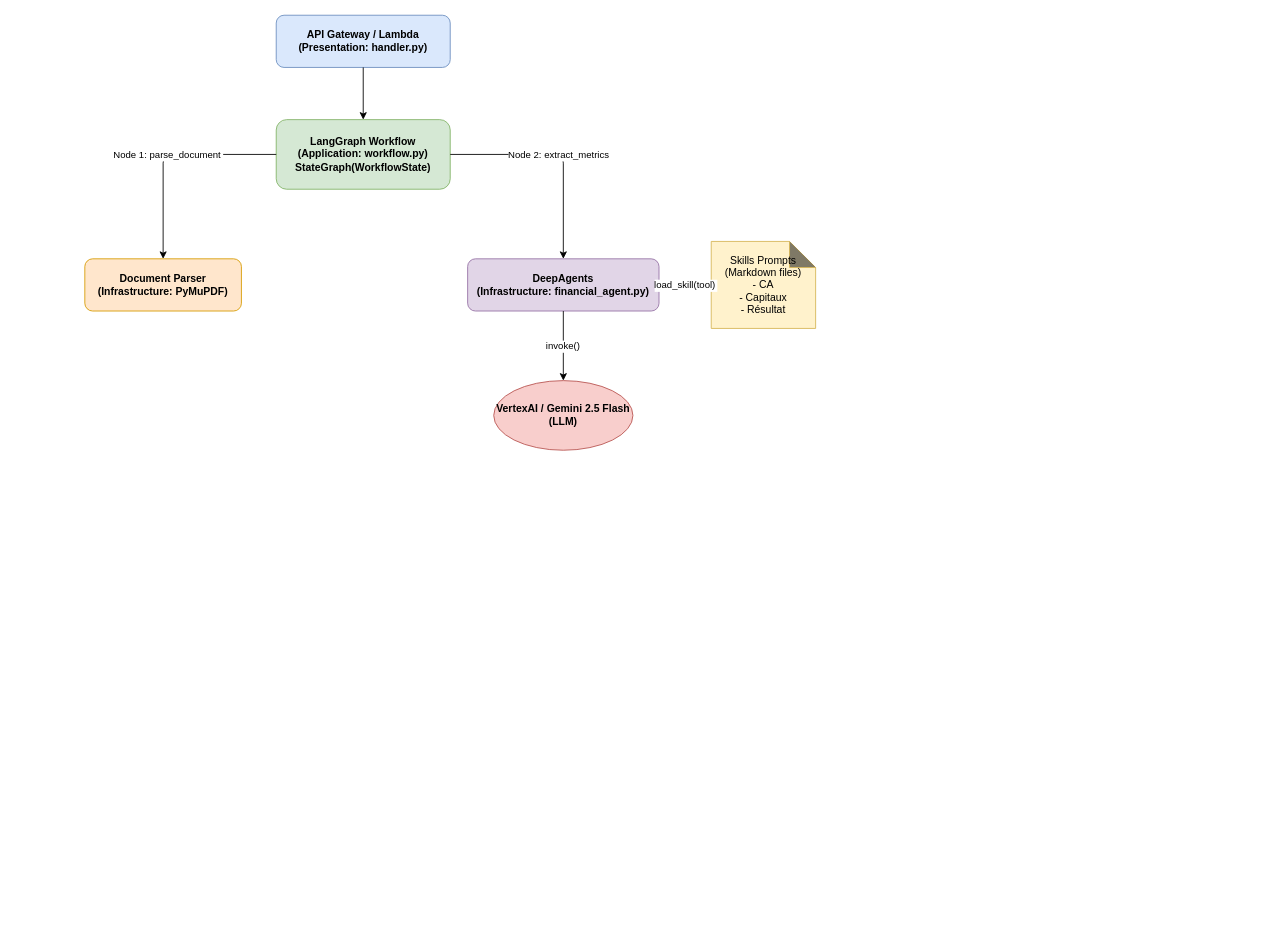
Above: architecture.drawio in Nicolas-Edmond/liasseAnalyzer (draw.io), before the change. Source tidied: cells renumbered, new cells numbered last; positions are measured from the earlier drawing's top-left corner, leaving out a move shared by most shapes. Both pictures are drawn from the tidied source at 87%, with x=0, y=0 at pixel (84, 15).
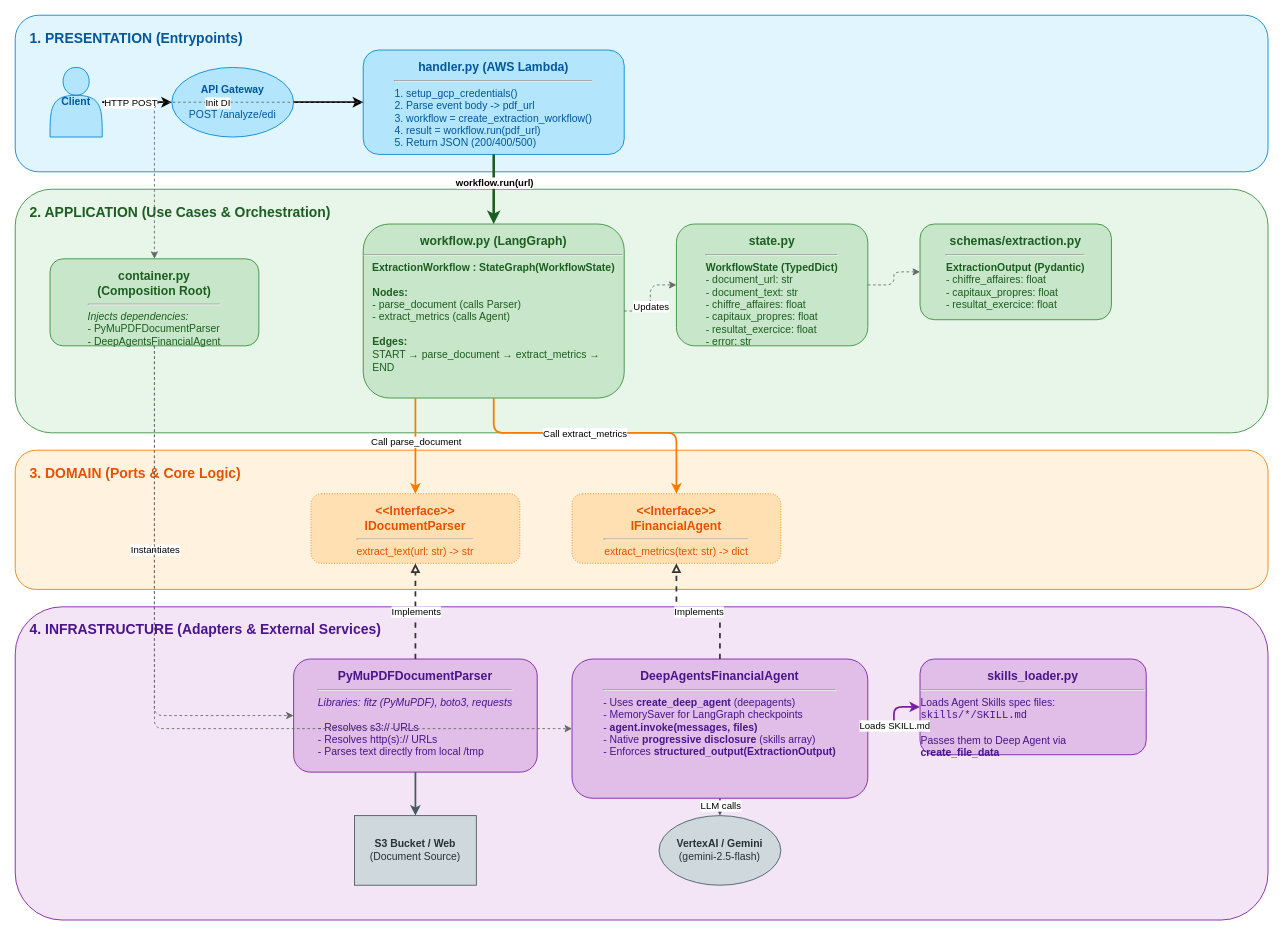
The same page after the edit.

The edit, as a diff of the source:
```diff
@@
-    <mxCell id="2" value="API Gateway / Lambda&#10;(Presentation: handler.py)" style="rounded=1;whiteSpace=wrap;html=1;fillColor=#dae8fc;strokeColor=#6c8ebf;fontStyle=1;" parent="1" vertex="1">
-      <mxGeometry x="220" width="200" height="60" as="geometry" />
-    </mxCell>
-    <mxCell id="3" value="LangGraph Workflow&#10;(Application: workflow.py)&#10;StateGraph(WorkflowState)" style="rounded=1;whiteSpace=wrap;html=1;fillColor=#d5e8d4;strokeColor=#82b366;fontStyle=1;" parent="1" vertex="1">
-      <mxGeometry x="220" y="120" width="200" height="80" as="geometry" />
-    </mxCell>
-    <mxCell id="4" value="Document Parser&#10;(Infrastructure: PyMuPDF)" style="rounded=1;whiteSpace=wrap;html=1;fillColor=#ffe6cc;strokeColor=#d79b00;fontStyle=1;" parent="1" vertex="1">
-      <mxGeometry y="280" width="180" height="60" as="geometry" />
-    </mxCell>
-    <mxCell id="5" value="DeepAgents&#10;(Infrastructure: financial_agent.py)" style="rounded=1;whiteSpace=wrap;html=1;fillColor=#e1d5e7;strokeColor=#9673a6;fontStyle=1;" parent="1" vertex="1">
-      <mxGeometry x="440" y="280" width="220" height="60" as="geometry" />
-    </mxCell>
-    <mxCell id="6" value="Skills Prompts&#10;(Markdown files)&#10;- CA&#10;- Capitaux&#10;- Résultat" style="shape=note;whiteSpace=wrap;html=1;backgroundOutline=1;darkOpacity=0.5;fillColor=#fff2cc;strokeColor=#d6b656;" parent="1" vertex="1">
-      <mxGeometry x="720" y="260" width="120" height="100" as="geometry" />
-    </mxCell>
-    <mxCell id="7" value="VertexAI / Gemini 2.5 Flash&#10;(LLM)" style="ellipse;whiteSpace=wrap;html=1;fillColor=#f8cecc;strokeColor=#b85450;fontStyle=1;" parent="1" vertex="1">
-      <mxGeometry x="470" y="420" width="160" height="80" as="geometry" />
-    </mxCell>
-    <mxCell id="8" parent="1" edge="1" source="2" target="3">
-      <mxGeometry relative="1" as="geometry" />
-    </mxCell>
-    <mxCell id="9" value="Node 1: parse_document" parent="1" edge="1" source="3" target="4">
-      <mxGeometry relative="1" as="geometry">
-        <Array as="points">
-          <mxPoint x="90" y="160" />
-        </Array>
-      </mxGeometry>
-    </mxCell>
-    <mxCell id="10" value="Node 2: extract_metrics" parent="1" edge="1" source="3" target="5">
-      <mxGeometry relative="1" as="geometry">
-        <Array as="points">
-          <mxPoint x="550" y="160" />
-        </Array>
-      </mxGeometry>
-    </mxCell>
-    <mxCell id="11" value="load_skill(tool)" parent="1" edge="1" source="5" target="6">
-      <mxGeometry relative="1" as="geometry" />
-    </mxCell>
-    <mxCell id="12" value="invoke()" parent="1" edge="1" source="5" target="7">
-      <mxGeometry relative="1" as="geometry" />
-    </mxCell>
+    <mxCell id="13" value="&lt;b style=&quot;font-size: 16px;&quot;&gt;1. PRESENTATION (Entrypoints)&lt;/b&gt;" style="rounded=1;whiteSpace=wrap;html=1;fillColor=#E1F5FE;strokeColor=#0288D1;verticalAlign=top;align=left;spacingLeft=15;spacingTop=10;fontColor=#01579B;" parent="1" vertex="1">
+      <mxGeometry x="-80" width="1440" height="180" as="geometry" />
+    </mxCell>
+    <mxCell id="14" value="&lt;b style=&quot;font-size: 16px;&quot;&gt;2. APPLICATION (Use Cases &amp; Orchestration)&lt;/b&gt;" style="rounded=1;whiteSpace=wrap;html=1;fillColor=#E8F5E9;strokeColor=#388E3C;verticalAlign=top;align=left;spacingLeft=15;spacingTop=10;fontColor=#1B5E20;" parent="1" vertex="1">
+      <mxGeometry x="-80" y="200" width="1440" height="280" as="geometry" />
+    </mxCell>
+    <mxCell id="15" value="&lt;b style=&quot;font-size: 16px;&quot;&gt;3. DOMAIN (Ports &amp; Core Logic)&lt;/b&gt;" style="rounded=1;whiteSpace=wrap;html=1;fillColor=#FFF3E0;strokeColor=#F57C00;verticalAlign=top;align=left;spacingLeft=15;spacingTop=10;fontColor=#E65100;" parent="1" vertex="1">
+      <mxGeometry x="-80" y="500" width="1440" height="160" as="geometry" />
+    </mxCell>
+    <mxCell id="16" value="&lt;b style=&quot;font-size: 16px;&quot;&gt;4. INFRASTRUCTURE (Adapters &amp; External Services)&lt;/b&gt;" style="rounded=1;whiteSpace=wrap;html=1;fillColor=#F3E5F5;strokeColor=#7B1FA2;verticalAlign=top;align=left;spacingLeft=15;spacingTop=10;fontColor=#4A148C;" parent="1" vertex="1">
+      <mxGeometry x="-80" y="680" width="1440" height="360" as="geometry" />
+    </mxCell>
+    <mxCell id="17" value="&lt;b&gt;Client&lt;/b&gt;" style="shape=actor;whiteSpace=wrap;html=1;fillColor=#B3E5FC;strokeColor=#0288D1;fontColor=#01579B;" parent="1" vertex="1">
+      <mxGeometry x="-40" y="60" width="60" height="80" as="geometry" />
+    </mxCell>
+    <mxCell id="18" value="&lt;b&gt;API Gateway&lt;/b&gt;&lt;br&gt;&lt;br&gt;POST /analyze/edi" style="ellipse;whiteSpace=wrap;html=1;fillColor=#B3E5FC;strokeColor=#0288D1;fontColor=#01579B;" parent="1" vertex="1">
+      <mxGeometry x="100" y="60" width="140" height="80" as="geometry" />
+    </mxCell>
+    <mxCell id="19" value="&lt;b style=&quot;font-size: 14px;&quot;&gt;handler.py (AWS Lambda)&lt;/b&gt;&lt;hr&gt;&lt;div style=&quot;text-align: left;&quot;&gt;1. setup_gcp_credentials()&lt;br&gt;2. Parse event body -&gt; pdf_url&lt;br&gt;3. workflow = create_extraction_workflow()&lt;br&gt;4. result = workflow.run(pdf_url)&lt;br&gt;5. Return JSON (200/400/500)&lt;/div&gt;" style="rounded=1;whiteSpace=wrap;html=1;fillColor=#B3E5FC;strokeColor=#0288D1;align=center;verticalAlign=top;spacingTop=5;fontColor=#01579B;" parent="1" vertex="1">
+      <mxGeometry x="320" y="40" width="300" height="120" as="geometry" />
+    </mxCell>
+    <mxCell id="20" value="&lt;b style=&quot;font-size: 14px;&quot;&gt;container.py&lt;br&gt;(Composition Root)&lt;/b&gt;&lt;hr&gt;&lt;div style=&quot;text-align: left;&quot;&gt;&lt;i&gt;Injects dependencies:&lt;/i&gt;&lt;br&gt;- PyMuPDFDocumentParser&lt;br&gt;- DeepAgentsFinancialAgent&lt;/div&gt;" style="rounded=1;whiteSpace=wrap;html=1;fillColor=#C8E6C9;strokeColor=#388E3C;align=center;verticalAlign=top;spacingTop=5;fontColor=#1B5E20;" parent="1" vertex="1">
+      <mxGeometry x="-40" y="280" width="240" height="100" as="geometry" />
+    </mxCell>
+    <mxCell id="21" value="&lt;b style=&quot;font-size: 14px;&quot;&gt;workflow.py (LangGraph)&lt;/b&gt;&lt;hr&gt;&lt;b&gt;ExtractionWorkflow : StateGraph(WorkflowState)&lt;/b&gt;&lt;br&gt;&lt;br&gt;&lt;div style=&quot;text-align: left; padding-left: 10px;&quot;&gt;&lt;b&gt;Nodes:&lt;/b&gt;&lt;br&gt;- parse_document (calls Parser)&lt;br&gt;- extract_metrics (calls Agent)&lt;br&gt;&lt;br&gt;&lt;b&gt;Edges:&lt;/b&gt;&lt;br&gt;START &amp;rarr; parse_document &amp;rarr; extract_metrics &amp;rarr; END&lt;/div&gt;" style="rounded=1;whiteSpace=wrap;html=1;fillColor=#C8E6C9;strokeColor=#388E3C;align=center;verticalAlign=top;spacingTop=5;fontColor=#1B5E20;" parent="1" vertex="1">
+      <mxGeometry x="320" y="240" width="300" height="200" as="geometry" />
+    </mxCell>
+    <mxCell id="22" value="&lt;b style=&quot;font-size: 14px;&quot;&gt;state.py&lt;/b&gt;&lt;hr&gt;&lt;div style=&quot;text-align: left;&quot;&gt;&lt;b&gt;WorkflowState (TypedDict)&lt;/b&gt;&lt;br&gt;- document_url: str&lt;br&gt;- document_text: str&lt;br&gt;- chiffre_affaires: float&lt;br&gt;- capitaux_propres: float&lt;br&gt;- resultat_exercice: float&lt;br&gt;- error: str&lt;/div&gt;" style="rounded=1;whiteSpace=wrap;html=1;fillColor=#C8E6C9;strokeColor=#388E3C;align=center;verticalAlign=top;spacingTop=5;fontColor=#1B5E20;" parent="1" vertex="1">
+      <mxGeometry x="680" y="240" width="220" height="140" as="geometry" />
+    </mxCell>
+    <mxCell id="23" value="&lt;b style=&quot;font-size: 14px;&quot;&gt;schemas/extraction.py&lt;/b&gt;&lt;hr&gt;&lt;div style=&quot;text-align: left;&quot;&gt;&lt;b&gt;ExtractionOutput (Pydantic)&lt;/b&gt;&lt;br&gt;- chiffre_affaires: float&lt;br&gt;- capitaux_propres: float&lt;br&gt;- resultat_exercice: float&lt;/div&gt;" style="rounded=1;whiteSpace=wrap;html=1;fillColor=#C8E6C9;strokeColor=#388E3C;align=center;verticalAlign=top;spacingTop=5;fontColor=#1B5E20;" parent="1" vertex="1">
+      <mxGeometry x="960" y="240" width="220" height="110" as="geometry" />
+    </mxCell>
+    <mxCell id="24" value="&lt;b style=&quot;font-size: 14px;&quot;&gt;&amp;lt;&amp;lt;Interface&amp;gt;&amp;gt;&lt;br&gt;IDocumentParser&lt;/b&gt;&lt;hr&gt;extract_text(url: str) -&gt; str" style="rounded=1;whiteSpace=wrap;html=1;fillColor=#FFE0B2;strokeColor=#F57C00;dashed=1;dashPattern=1 2;align=center;verticalAlign=top;spacingTop=5;fontColor=#E65100;" parent="1" vertex="1">
+      <mxGeometry x="260" y="550" width="240" height="80" as="geometry" />
+    </mxCell>
+    <mxCell id="25" value="&lt;b style=&quot;font-size: 14px;&quot;&gt;&amp;lt;&amp;lt;Interface&amp;gt;&amp;gt;&lt;br&gt;IFinancialAgent&lt;/b&gt;&lt;hr&gt;extract_metrics(text: str) -&gt; dict" style="rounded=1;whiteSpace=wrap;html=1;fillColor=#FFE0B2;strokeColor=#F57C00;dashed=1;dashPattern=1 2;align=center;verticalAlign=top;spacingTop=5;fontColor=#E65100;" parent="1" vertex="1">
+      <mxGeometry x="560" y="550" width="240" height="80" as="geometry" />
+    </mxCell>
+    <mxCell id="26" value="&lt;b style=&quot;font-size: 14px;&quot;&gt;PyMuPDFDocumentParser&lt;/b&gt;&lt;hr&gt;&lt;div style=&quot;text-align: left;&quot;&gt;&lt;i&gt;Libraries: fitz (PyMuPDF), boto3, requests&lt;/i&gt;&lt;br&gt;&lt;br&gt;- Resolves s3:// URLs&lt;br&gt;- Resolves http(s):// URLs&lt;br&gt;- Parses text directly from local /tmp&lt;/div&gt;" style="rounded=1;whiteSpace=wrap;html=1;fillColor=#E1BEE7;strokeColor=#7B1FA2;align=center;verticalAlign=top;spacingTop=5;fontColor=#4A148C;" parent="1" vertex="1">
+      <mxGeometry x="240" y="740" width="280" height="130" as="geometry" />
+    </mxCell>
+    <mxCell id="27" value="&lt;b style=&quot;font-size: 14px;&quot;&gt;DeepAgentsFinancialAgent&lt;/b&gt;&lt;hr&gt;&lt;div style=&quot;text-align: left;&quot;&gt;- Uses &lt;b&gt;create_deep_agent&lt;/b&gt; (deepagents)&lt;br&gt;- MemorySaver for LangGraph checkpoints&lt;br&gt;- &lt;b&gt;agent.invoke(messages, files)&lt;/b&gt;&lt;br&gt;- Native &lt;b&gt;progressive disclosure&lt;/b&gt; (skills array)&lt;br&gt;- Enforces &lt;b&gt;structured_output(ExtractionOutput)&lt;/b&gt;&lt;/div&gt;" style="rounded=1;whiteSpace=wrap;html=1;fillColor=#E1BEE7;strokeColor=#7B1FA2;align=center;verticalAlign=top;spacingTop=5;fontColor=#4A148C;" parent="1" vertex="1">
+      <mxGeometry x="560" y="740" width="340" height="160" as="geometry" />
+    </mxCell>
+    <mxCell id="28" value="&lt;b style=&quot;font-size: 14px;&quot;&gt;skills_loader.py&lt;/b&gt;&lt;hr&gt;&lt;div style=&quot;text-align: left;&quot;&gt;Loads Agent Skills spec files:&lt;br&gt;&lt;code&gt;skills/*/SKILL.md&lt;/code&gt;&lt;br&gt;&lt;br&gt;Passes them to Deep Agent via &lt;b&gt;create_file_data&lt;/b&gt;&lt;/div&gt;" style="rounded=1;whiteSpace=wrap;html=1;fillColor=#E1BEE7;strokeColor=#7B1FA2;align=center;verticalAlign=top;spacingTop=5;fontColor=#4A148C;" parent="1" vertex="1">
+      <mxGeometry x="960" y="740" width="260" height="110" as="geometry" />
+    </mxCell>
+    <mxCell id="29" value="&lt;b&gt;S3 Bucket / Web&lt;/b&gt;&lt;br&gt;(Document Source)" style="cylinder;whiteSpace=wrap;html=1;fillColor=#CFD8DC;strokeColor=#455A64;fontColor=#263238;" parent="1" vertex="1">
+      <mxGeometry x="310" y="920" width="140" height="80" as="geometry" />
+    </mxCell>
+    <mxCell id="30" value="&lt;b&gt;VertexAI / Gemini&lt;/b&gt;&lt;br&gt;(gemini-2.5-flash)" style="ellipse;whiteSpace=wrap;html=1;fillColor=#CFD8DC;strokeColor=#455A64;fontColor=#263238;" parent="1" vertex="1">
+      <mxGeometry x="660" y="920" width="140" height="80" as="geometry" />
+    </mxCell>
+    <mxCell id="31" style="edgeStyle=orthogonalEdgeStyle;rounded=1;html=1;strokeWidth=2;" parent="1" edge="1" source="17" target="18">
+      <mxGeometry relative="1" as="geometry" />
+    </mxCell>
+    <mxCell id="32" value="HTTP POST" style="edgeLabel;html=1;align=center;verticalAlign=middle;backgroundColor=#ffffff;" parent="31" vertex="1">
+      <mxGeometry x="-0.2" relative="1" as="geometry" />
+    </mxCell>
+    <mxCell id="33" style="edgeStyle=orthogonalEdgeStyle;rounded=1;html=1;strokeWidth=2;" parent="1" edge="1" source="18" target="19">
+      <mxGeometry relative="1" as="geometry" />
+    </mxCell>
+    <mxCell id="34" style="edgeStyle=orthogonalEdgeStyle;rounded=1;html=1;strokeWidth=1;dashed=1;strokeColor=#666666;" parent="1" edge="1" source="19" target="20">
+      <mxGeometry relative="1" as="geometry">
+        <Array as="points">
+          <mxPoint x="80" y="100" />
+        </Array>
+      </mxGeometry>
+    </mxCell>
+    <mxCell id="35" value="Init DI" style="edgeLabel;html=1;align=center;verticalAlign=middle;backgroundColor=#ffffff;" parent="34" vertex="1">
+      <mxGeometry x="-0.2" relative="1" as="geometry" />
+    </mxCell>
+    <mxCell id="36" style="edgeStyle=orthogonalEdgeStyle;rounded=1;html=1;strokeWidth=3;strokeColor=#1B5E20;" parent="1" edge="1" source="19" target="21">
+      <mxGeometry relative="1" as="geometry" />
+    </mxCell>
+    <mxCell id="37" value="workflow.run(url)" style="edgeLabel;html=1;align=center;verticalAlign=middle;backgroundColor=#ffffff;fontStyle=1;" parent="36" vertex="1">
+      <mxGeometry x="-0.2" relative="1" as="geometry" />
+    </mxCell>
+    <mxCell id="38" style="edgeStyle=orthogonalEdgeStyle;rounded=1;html=1;strokeWidth=1;dashed=1;strokeColor=#666666;" parent="1" edge="1" source="21" target="22">
+      <mxGeometry relative="1" as="geometry" />
+    </mxCell>
+    <mxCell id="39" value="Updates" style="edgeLabel;html=1;align=center;verticalAlign=middle;backgroundColor=#ffffff;" parent="38" vertex="1">
+      <mxGeometry x="-0.2" relative="1" as="geometry" />
+    </mxCell>
+    <mxCell id="40" style="edgeStyle=orthogonalEdgeStyle;rounded=1;html=1;strokeWidth=1;dashed=1;strokeColor=#666666;" parent="1" edge="1" source="22" target="23">
+      <mxGeometry relative="1" as="geometry" />
+    </mxCell>
+    <mxCell id="41" style="edgeStyle=orthogonalEdgeStyle;rounded=1;html=1;strokeWidth=2;strokeColor=#F57C00;" parent="1" edge="1" source="21" target="24">
+      <mxGeometry relative="1" as="geometry">
+        <Array as="points">
+          <mxPoint x="380" y="480" />
+        </Array>
+      </mxGeometry>
+    </mxCell>
+    <mxCell id="42" value="Call parse_document" style="edgeLabel;html=1;align=center;verticalAlign=middle;backgroundColor=#ffffff;" parent="41" vertex="1">
+      <mxGeometry x="-0.1" relative="1" as="geometry" />
+    </mxCell>
+    <mxCell id="43" style="edgeStyle=orthogonalEdgeStyle;rounded=1;html=1;strokeWidth=2;strokeColor=#F57C00;" parent="1" edge="1" source="21" target="25">
+      <mxGeometry relative="1" as="geometry">
+        <Array as="points">
+          <mxPoint x="680" y="480" />
+        </Array>
+      </mxGeometry>
+    </mxCell>
+    <mxCell id="44" value="Call extract_metrics" style="edgeLabel;html=1;align=center;verticalAlign=middle;backgroundColor=#ffffff;" parent="43" vertex="1">
+      <mxGeometry x="-0.1" relative="1" as="geometry" />
+    </mxCell>
+    <mxCell id="45" style="edgeStyle=orthogonalEdgeStyle;rounded=1;html=1;strokeWidth=2;dashed=1;endArrow=block;endFill=0;strokeColor=#333333;" parent="1" edge="1" source="26" target="24">
+      <mxGeometry relative="1" as="geometry" />
+    </mxCell>
+    <mxCell id="46" value="Implements" style="edgeLabel;html=1;align=center;verticalAlign=middle;backgroundColor=#ffffff;" parent="45" vertex="1">
+      <mxGeometry relative="1" as="geometry" />
+    </mxCell>
+    <mxCell id="47" style="edgeStyle=orthogonalEdgeStyle;rounded=1;html=1;strokeWidth=2;dashed=1;endArrow=block;endFill=0;strokeColor=#333333;" parent="1" edge="1" source="27" target="25">
+      <mxGeometry relative="1" as="geometry" />
+    </mxCell>
+    <mxCell id="48" value="Implements" style="edgeLabel;html=1;align=center;verticalAlign=middle;backgroundColor=#ffffff;" parent="47" vertex="1">
+      <mxGeometry relative="1" as="geometry" />
+    </mxCell>
+    <mxCell id="49" style="edgeStyle=orthogonalEdgeStyle;rounded=1;html=1;strokeWidth=2;strokeColor=#7B1FA2;" parent="1" edge="1" source="27" target="28">
+      <mxGeometry relative="1" as="geometry" />
+    </mxCell>
+    <mxCell id="50" value="Loads SKILL.md" style="edgeLabel;html=1;align=center;verticalAlign=middle;backgroundColor=#ffffff;" parent="49" vertex="1">
+      <mxGeometry x="-0.2" relative="1" as="geometry" />
+    </mxCell>
+    <mxCell id="51" style="edgeStyle=orthogonalEdgeStyle;rounded=1;html=1;strokeWidth=2;strokeColor=#455A64;" parent="1" edge="1" source="26" target="29">
+      <mxGeometry relative="1" as="geometry" />
+    </mxCell>
+    <mxCell id="52" style="edgeStyle=orthogonalEdgeStyle;rounded=1;html=1;strokeWidth=2;strokeColor=#455A64;" parent="1" edge="1" source="27" target="30">
+      <mxGeometry relative="1" as="geometry" />
+    </mxCell>
+    <mxCell id="53" value="LLM calls" style="edgeLabel;html=1;align=center;verticalAlign=middle;backgroundColor=#ffffff;" parent="52" vertex="1">
+      <mxGeometry x="-0.2" relative="1" as="geometry" />
+    </mxCell>
+    <mxCell id="54" style="edgeStyle=orthogonalEdgeStyle;rounded=1;html=1;strokeWidth=1;dashed=1;strokeColor=#666666;" parent="1" edge="1" source="20" target="26">
+      <mxGeometry relative="1" as="geometry">
+        <Array as="points">
+          <mxPoint x="80" y="805" />
+        </Array>
+      </mxGeometry>
+    </mxCell>
+    <mxCell id="55" value="Instantiates" style="edgeLabel;html=1;align=center;verticalAlign=middle;backgroundColor=#ffffff;" parent="54" vertex="1">
+      <mxGeometry x="-0.2" relative="1" as="geometry" />
+    </mxCell>
+    <mxCell id="56" style="edgeStyle=orthogonalEdgeStyle;rounded=1;html=1;strokeWidth=1;dashed=1;strokeColor=#666666;" parent="1" edge="1" source="20" target="27">
+      <mxGeometry relative="1" as="geometry">
+        <Array as="points">
+          <mxPoint x="80" y="820" />
+        </Array>
+      </mxGeometry>
+    </mxCell>
```
